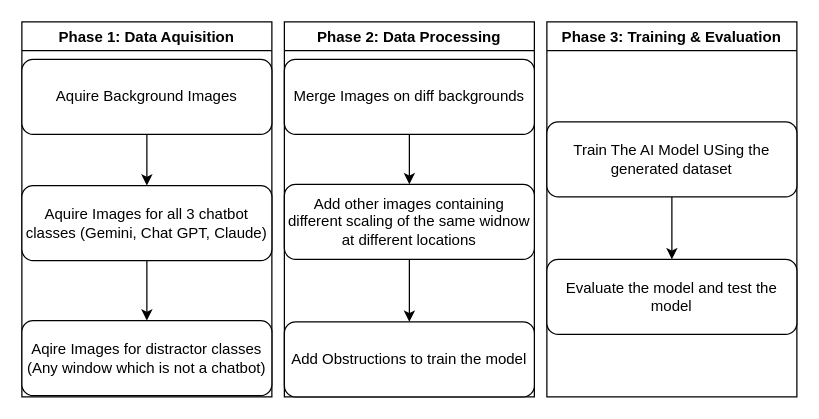
Above: HomeAssignment/IPCV Pipeline.drawio in svabela5/IPVCLectures (draw.io), before the change. Source tidied: cells renumbered, new cells numbered last; positions are measured from the earlier drawing's top-left corner, leaving out a move shared by most shapes. Both pictures are drawn from the tidied source at 125%, with x=0, y=0 at pixel (21, 21).
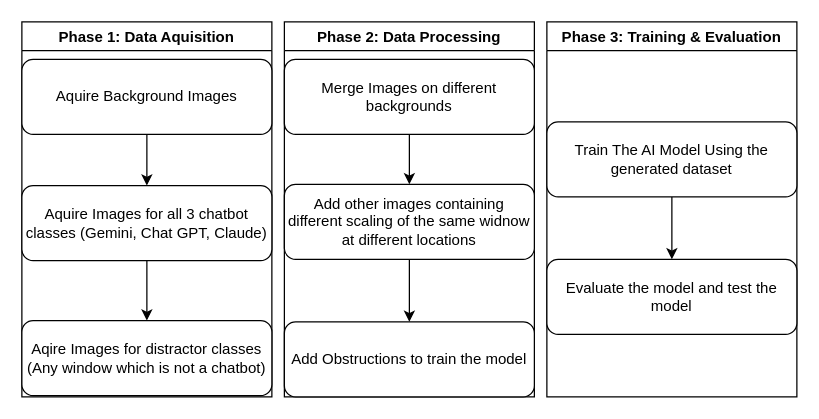
After the change.

Diff of the diagram source:
```diff
@@
 <mxGraphModel>
   <root>
     <mxCell id="0" />
     <mxCell id="1" parent="0" />
     <mxCell id="2" value="Phase 1: Data Aquisition" style="swimlane;" parent="1" vertex="1">
       <mxGeometry width="200" height="300" as="geometry" />
     </mxCell>
     <mxCell id="3" style="edgeStyle=orthogonalEdgeStyle;rounded=0;jettySize=auto;html=1;exitX=0.5;exitY=1;exitDx=0;exitDy=0;" parent="2" edge="1" source="4" target="6">
       <mxGeometry relative="1" as="geometry" />
     </mxCell>
     <mxCell id="4" value="Aquire Background Images" style="rounded=1;whiteSpace=wrap;html=1;" parent="2" vertex="1">
       <mxGeometry y="30" width="200" height="60" as="geometry" />
     </mxCell>
     <mxCell id="5" style="edgeStyle=orthogonalEdgeStyle;rounded=0;jettySize=auto;html=1;exitX=0.5;exitY=1;exitDx=0;exitDy=0;" parent="2" edge="1" source="6" target="7">
       <mxGeometry relative="1" as="geometry" />
     </mxCell>
     <mxCell id="6" value="Aquire Images for all 3 chatbot classes (Gemini, Chat GPT, Claude)" style="rounded=1;whiteSpace=wrap;html=1;" parent="2" vertex="1">
       <mxGeometry y="131" width="200" height="60" as="geometry" />
     </mxCell>
     <mxCell id="7" value="Aqire Images for distractor classes (Any window which is not a chatbot)" style="rounded=1;whiteSpace=wrap;html=1;" parent="2" vertex="1">
       <mxGeometry y="239" width="200" height="60" as="geometry" />
     </mxCell>
     <mxCell id="8" value="Phase 2: Data Processing" style="swimlane;" parent="1" vertex="1">
       <mxGeometry x="210" width="200" height="300" as="geometry" />
     </mxCell>
     <mxCell id="9" style="edgeStyle=orthogonalEdgeStyle;rounded=0;jettySize=auto;html=1;exitX=0.5;exitY=1;exitDx=0;exitDy=0;" parent="8" edge="1" source="10" target="11">
       <mxGeometry relative="1" as="geometry" />
     </mxCell>
     <mxCell id="10" value="Add other images containing different scaling of the same widnow at different locations" style="rounded=1;whiteSpace=wrap;html=1;" parent="8" vertex="1">
       <mxGeometry y="130" width="200" height="60" as="geometry" />
     </mxCell>
     <mxCell id="11" value="Add Obstructions to train the model" style="rounded=1;whiteSpace=wrap;html=1;" parent="8" vertex="1">
       <mxGeometry y="240" width="200" height="60" as="geometry" />
     </mxCell>
     <mxCell id="12" style="edgeStyle=orthogonalEdgeStyle;rounded=0;jettySize=auto;html=1;exitX=0.5;exitY=1;exitDx=0;exitDy=0;" parent="8" edge="1" source="13" target="10">
       <mxGeometry relative="1" as="geometry" />
     </mxCell>
-    <mxCell id="13" value="Merge Images on diff backgrounds" style="rounded=1;whiteSpace=wrap;html=1;" parent="8" vertex="1">
+    <mxCell id="13" value="Merge Images on different backgrounds" style="rounded=1;whiteSpace=wrap;html=1;" parent="8" vertex="1">
       <mxGeometry y="30" width="200" height="60" as="geometry" />
     </mxCell>
     <mxCell id="14" value="Phase 3: Training &amp; Evaluation" style="swimlane;" parent="1" vertex="1">
       <mxGeometry x="420" width="200" height="300" as="geometry" />
     </mxCell>
     <mxCell id="15" style="edgeStyle=orthogonalEdgeStyle;rounded=0;jettySize=auto;html=1;" parent="14" edge="1" source="16" target="17">
       <mxGeometry relative="1" as="geometry" />
     </mxCell>
-    <mxCell id="16" value="Train The AI Model USing the generated dataset" style="rounded=1;whiteSpace=wrap;html=1;" parent="14" vertex="1">
+    <mxCell id="16" value="Train The AI Model Using the generated dataset" style="rounded=1;whiteSpace=wrap;html=1;" parent="14" vertex="1">
       <mxGeometry y="80" width="200" height="60" as="geometry" />
     </mxCell>
     <mxCell id="17" value="Evaluate the model and test the model" style="rounded=1;whiteSpace=wrap;html=1;" parent="14" vertex="1">
       <mxGeometry y="190" width="200" height="60" as="geometry" />
     </mxCell>
   </root>
 </mxGraphModel>
```
